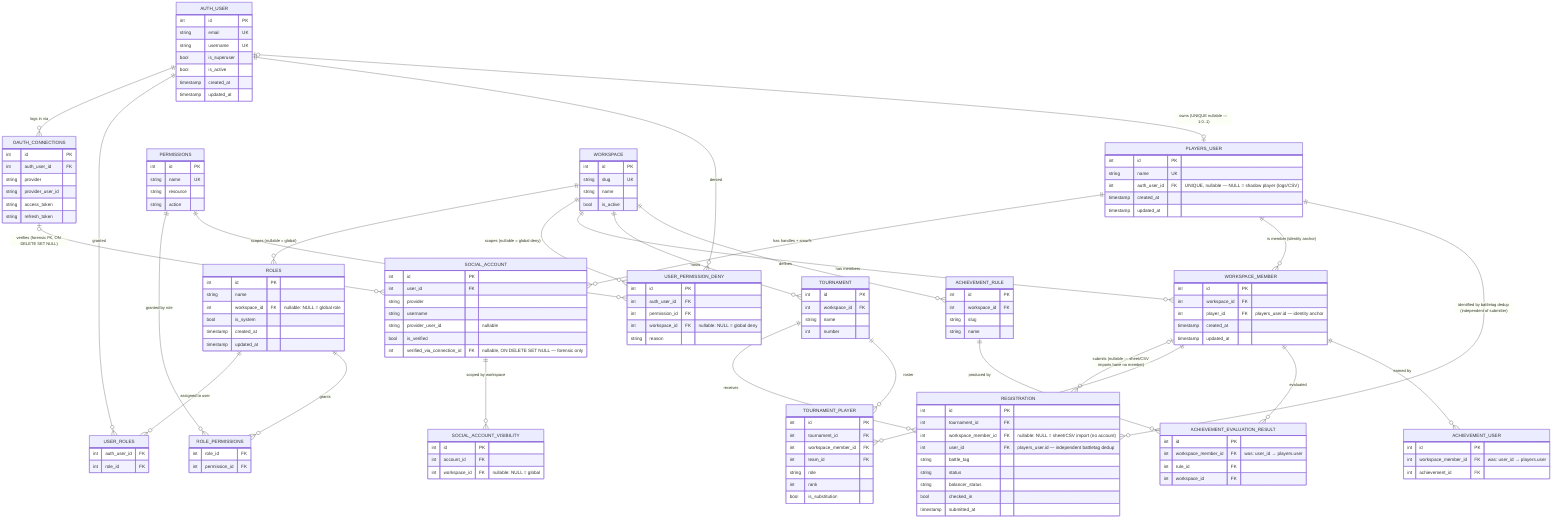
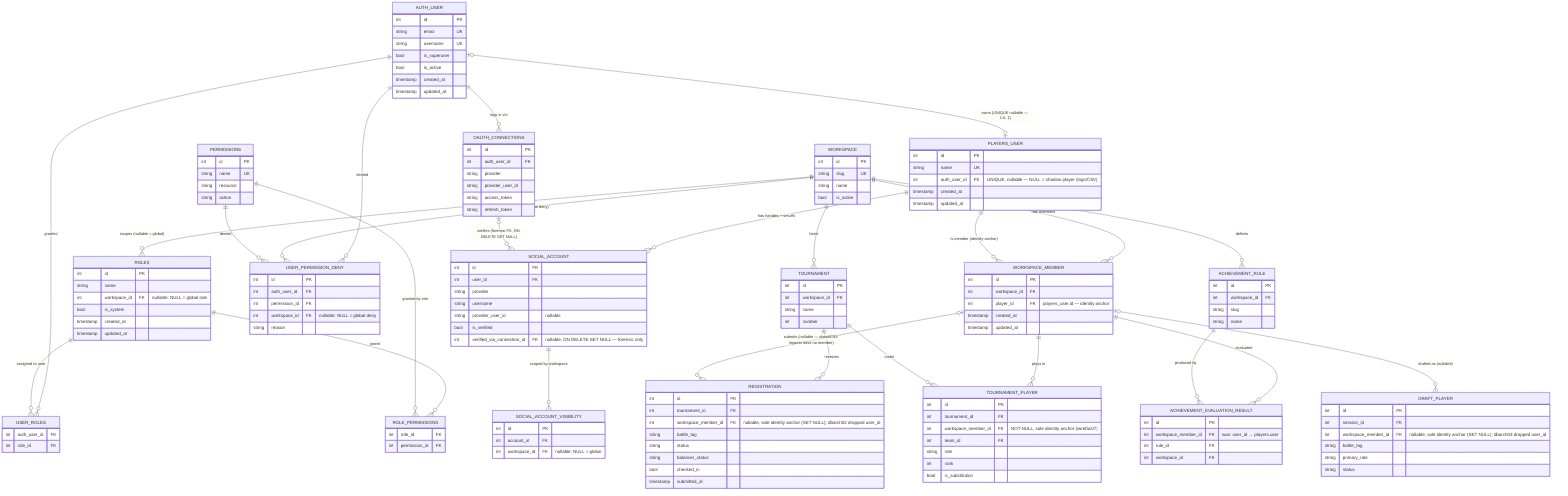
erDiagram
    %% ─── AUTH LAYER ───────────────────────────────────────────────────────────
    AUTH_USER {
        int id PK
        string email UK
        string username UK
        bool is_superuser
        bool is_active
        timestamp created_at
        timestamp updated_at
    }

    OAUTH_CONNECTIONS {
        int id PK
        int auth_user_id FK
        string provider
        string provider_user_id
        string access_token
        string refresh_token
    }

    %% ─── IDENTITY LAYER ───────────────────────────────────────────────────────
    PLAYERS_USER {
        int id PK
        string name UK
        int auth_user_id FK "UNIQUE, nullable — NULL = shadow player (logs/CSV)"
        timestamp created_at
        timestamp updated_at
    }

    SOCIAL_ACCOUNT {
        int id PK
        int user_id FK
        string provider
        string username
        string provider_user_id "nullable"
        bool is_verified
        int verified_via_connection_id FK "nullable, ON DELETE SET NULL — forensic only"
    }

    SOCIAL_ACCOUNT_VISIBILITY {
        int id PK
        int account_id FK
        int workspace_id FK "nullable: NULL = global"
    }

    %% ─── RBAC LAYER ───────────────────────────────────────────────────────────
    ROLES {
        int id PK
        string name
        int workspace_id FK "nullable: NULL = global role"
        bool is_system
        timestamp created_at
        timestamp updated_at
    }

    PERMISSIONS {
        int id PK
        string name UK
        string resource
        string action
    }

    ROLE_PERMISSIONS {
        int role_id FK
        int permission_id FK
    }

    USER_ROLES {
        int auth_user_id FK
        int role_id FK
    }

    USER_PERMISSION_DENY {
        int id PK
        int auth_user_id FK
        int permission_id FK
        int workspace_id FK "nullable: NULL = global deny"
        string reason
    }

    %% ─── WORKSPACE LAYER ──────────────────────────────────────────────────────
    WORKSPACE {
        int id PK
        string slug UK
        string name
        bool is_active
    }

    WORKSPACE_MEMBER {
        int id PK
        int workspace_id FK
        int player_id FK "players_user.id — identity anchor"
        timestamp created_at
        timestamp updated_at
    }

    %% ─── TOURNAMENT LAYER ─────────────────────────────────────────────────────
    TOURNAMENT {
        int id PK
        int workspace_id FK
        string name
        int number
    }

    REGISTRATION {
        int id PK
        int tournament_id FK
-         int workspace_member_id FK "nullable: NULL = sheet/CSV import (no account)"
-         int user_id FK "players_user.id — independent battletag dedup"
+         int workspace_member_id FK "nullable, sole identity anchor (SET NULL); dbarch02 dropped user_id"
        string battle_tag
        string status
        string balancer_status
        bool checked_in
        timestamp submitted_at
    }

    TOURNAMENT_PLAYER {
        int id PK
        int tournament_id FK
-         int workspace_member_id FK
+         int workspace_member_id FK "NOT NULL, sole identity anchor (iwrefac07)"
        int team_id FK
        string role
        int rank
        bool is_substitution
+     }
+ 
+     DRAFT_PLAYER {
+         int id PK
+         int session_id FK
+         int workspace_member_id FK "nullable, sole identity anchor (SET NULL); dbarch03 dropped user_id"
+         string battle_tag
+         string primary_role
+         string status
    }

    %% ─── ACHIEVEMENTS LAYER ───────────────────────────────────────────────────
    ACHIEVEMENT_RULE {
        int id PK
        int workspace_id FK
        string slug
        string name
    }

    ACHIEVEMENT_EVALUATION_RESULT {
        int id PK
        int workspace_member_id FK "was: user_id → players.user"
        int rule_id FK
        int workspace_id FK
-     }
- 
-     ACHIEVEMENT_USER {
-         int id PK
-         int workspace_member_id FK "was: user_id → players.user"
-         int achievement_id FK
    }

    %% ─── RELATIONS ────────────────────────────────────────────────────────────

    %% Auth
    AUTH_USER ||--o{ OAUTH_CONNECTIONS : "logs in via"
    AUTH_USER ||--o{ USER_ROLES : "granted"
    AUTH_USER ||--o{ USER_PERMISSION_DENY : "denied"

    %% Identity
    AUTH_USER |o--o| PLAYERS_USER : "owns (UNIQUE nullable — 1:0..1)"
    PLAYERS_USER ||--o{ SOCIAL_ACCOUNT : "has handles + smurfs"
    SOCIAL_ACCOUNT ||--o{ SOCIAL_ACCOUNT_VISIBILITY : "scoped by workspace"
    OAUTH_CONNECTIONS |o--o{ SOCIAL_ACCOUNT : "verifies (forensic FK, ON DELETE SET NULL)"

    %% RBAC
    ROLES ||--o{ USER_ROLES : "assigned to user"
    ROLES ||--o{ ROLE_PERMISSIONS : "grants"
    PERMISSIONS ||--o{ ROLE_PERMISSIONS : "granted by role"
    WORKSPACE ||--o{ ROLES : "scopes (nullable = global)"
    WORKSPACE ||--o{ USER_PERMISSION_DENY : "scopes (nullable = global deny)"
    PERMISSIONS ||--o{ USER_PERMISSION_DENY : "denied"

    %% Workspace membership
    WORKSPACE ||--o{ WORKSPACE_MEMBER : "has members"
    PLAYERS_USER ||--o{ WORKSPACE_MEMBER : "is member (identity anchor)"

-     %% Tournament
+     %% Tournament (all roster/registration/draft rows anchor on workspace_member_id)
    WORKSPACE ||--o{ TOURNAMENT : "hosts"
    TOURNAMENT ||--o{ REGISTRATION : "receives"
    WORKSPACE_MEMBER |o--o{ REGISTRATION : "submits (nullable — sheet/CSV imports have no member)"
-     PLAYERS_USER ||--o{ REGISTRATION : "identified by battletag dedup (independent of submitter)"
    WORKSPACE_MEMBER ||--o{ TOURNAMENT_PLAYER : "plays in"
    TOURNAMENT ||--o{ TOURNAMENT_PLAYER : "roster"
+     WORKSPACE_MEMBER |o--o{ DRAFT_PLAYER : "drafted as (nullable)"

    %% Achievements (workspace-isolated, cross-workspace via player_id join)
    WORKSPACE ||--o{ ACHIEVEMENT_RULE : "defines"
    WORKSPACE_MEMBER ||--o{ ACHIEVEMENT_EVALUATION_RESULT : "evaluated"
    ACHIEVEMENT_RULE ||--o{ ACHIEVEMENT_EVALUATION_RESULT : "produced by"
-     WORKSPACE_MEMBER ||--o{ ACHIEVEMENT_USER : "earned by"
